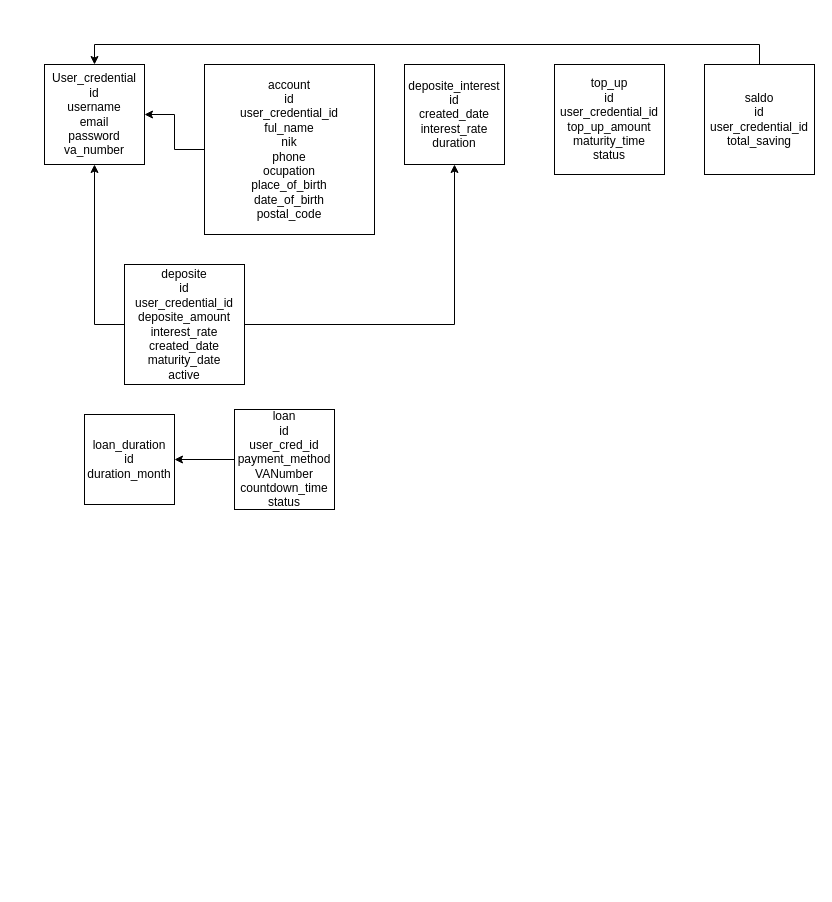
This is table.drawio from MasEBTa/drawio, a draw.io file, before an edit. Source tidied: cells renumbered, new cells numbered last; positions are measured from the earlier drawing's top-left corner, leaving out a move shared by most shapes. Both pictures are drawn from the tidied source at 100%, with x=0, y=0 at pixel (44, 64).
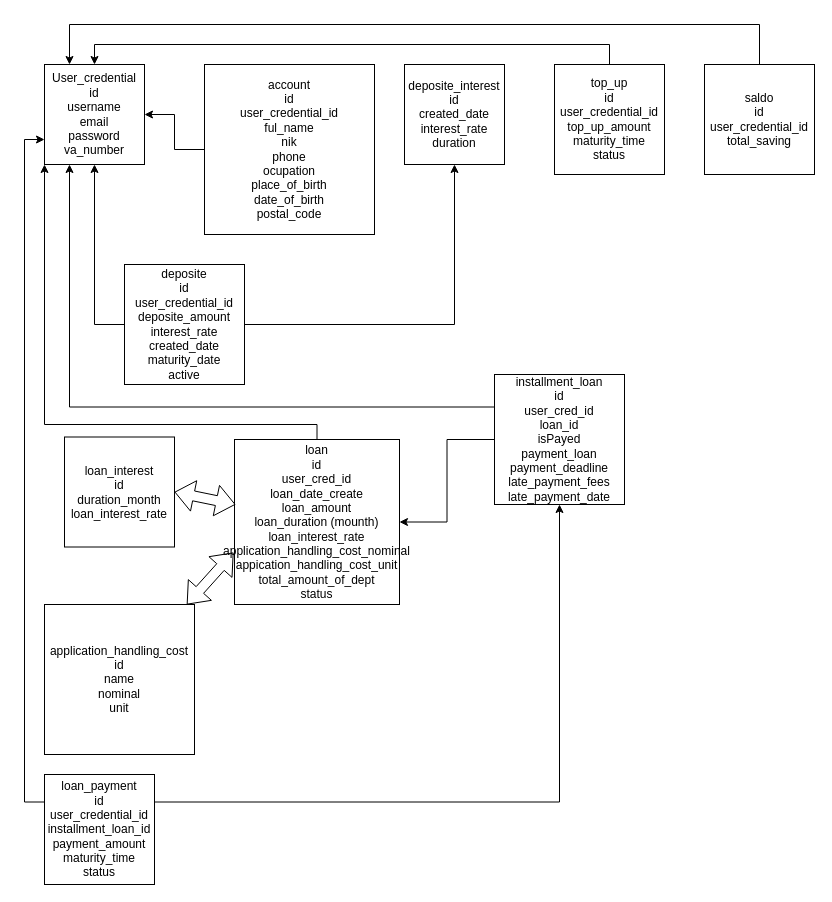
The same page after the edit.

The change refers to these unchanged cells:
```xml
<mxCell id="2" value="User_credential&lt;br&gt;id&lt;br&gt;username&lt;br&gt;email&lt;br&gt;password&lt;br&gt;va_number" style="whiteSpace=wrap;html=1;" parent="1" vertex="1">
  <mxGeometry width="100" height="100" as="geometry" />
</mxCell>
<mxCell id="9" value="top_up&lt;br&gt;id&lt;br&gt;user_credential_id&lt;br&gt;top_up_amount&lt;br&gt;maturity_time&lt;br&gt;status" style="whiteSpace=wrap;html=1;" parent="1" vertex="1">
  <mxGeometry x="510" width="110" height="110" as="geometry" />
</mxCell>
<mxCell id="11" value="saldo&lt;br&gt;id&lt;br&gt;user_credential_id&lt;br&gt;total_saving" style="whiteSpace=wrap;html=1;" parent="1" vertex="1">
  <mxGeometry x="660" width="110" height="110" as="geometry" />
</mxCell>
```

Diff of the diagram source:
```diff
@@
+    <mxCell id="15" style="edgeStyle=orthogonalEdgeStyle;rounded=0;jettySize=auto;html=1;exitX=0.5;exitY=0;exitDx=0;exitDy=0;entryX=0.5;entryY=0;entryDx=0;entryDy=0;" parent="1" edge="1" source="9" target="2">
+      <mxGeometry relative="1" as="geometry" />
+    </mxCell>
@@
-    <mxCell id="10" style="edgeStyle=orthogonalEdgeStyle;rounded=0;jettySize=auto;html=1;exitX=0.5;exitY=0;exitDx=0;exitDy=0;entryX=0.5;entryY=0;entryDx=0;entryDy=0;" parent="1" edge="1" source="11" target="2">
-      <mxGeometry relative="1" as="geometry" />
+    <mxCell id="10" style="edgeStyle=orthogonalEdgeStyle;rounded=0;jettySize=auto;html=1;exitX=0.5;exitY=0;exitDx=0;exitDy=0;entryX=0.25;entryY=0;entryDx=0;entryDy=0;" parent="1" edge="1" source="11" target="2">
+      <mxGeometry relative="1" as="geometry">
+        <Array as="points">
+          <mxPoint x="715" y="-40" />
+          <mxPoint x="25" y="-40" />
+        </Array>
+      </mxGeometry>
     </mxCell>
@@
-    <mxCell id="12" value="loan_duration&lt;br&gt;id&lt;br&gt;duration_month" style="whiteSpace=wrap;html=1;" parent="1" vertex="1">
-      <mxGeometry x="40" y="350" width="90" height="90" as="geometry" />
+    <mxCell id="12" value="loan_interest&lt;br&gt;id&lt;br&gt;duration_month&lt;br&gt;loan_interest_rate" style="whiteSpace=wrap;html=1;" parent="1" vertex="1">
+      <mxGeometry x="20" y="372.5" width="110" height="110" as="geometry" />
     </mxCell>
-    <mxCell id="13" style="edgeStyle=orthogonalEdgeStyle;rounded=0;jettySize=auto;html=1;" parent="1" edge="1" source="14" target="12">
-      <mxGeometry relative="1" as="geometry" />
-    </mxCell>
+    <mxCell id="16" style="edgeStyle=orthogonalEdgeStyle;rounded=0;jettySize=auto;html=1;exitX=0.5;exitY=0;exitDx=0;exitDy=0;entryX=0;entryY=1;entryDx=0;entryDy=0;" parent="1" edge="1" source="14" target="2">
+      <mxGeometry relative="1" as="geometry">
+        <Array as="points">
+          <mxPoint x="273" y="360" />
+          <mxPoint y="360" />
+        </Array>
+      </mxGeometry>
+    </mxCell>
-    <mxCell id="14" value="loan&lt;br&gt;id&lt;br&gt;user_cred_id&lt;br&gt;payment_method&lt;br&gt;VANumber&lt;br&gt;countdown_time&lt;br&gt;status" style="whiteSpace=wrap;html=1;" parent="1" vertex="1">
-      <mxGeometry x="190" y="345" width="100" height="100" as="geometry" />
+    <mxCell id="14" value="loan&lt;br&gt;id&lt;br&gt;user_cred_id&lt;br&gt;loan_date_create&lt;br&gt;loan_amount&lt;br&gt;loan_duration (mounth)&lt;br&gt;loan_interest_rate&lt;br&gt;application_handling_cost_nominal&lt;br&gt;appication_handling_cost_unit&lt;br&gt;total_amount_of_dept&lt;br&gt;status" style="whiteSpace=wrap;html=1;" parent="1" vertex="1">
+      <mxGeometry x="190" y="375" width="165" height="165" as="geometry" />
     </mxCell>
+    <mxCell id="17" style="edgeStyle=orthogonalEdgeStyle;rounded=0;jettySize=auto;html=1;exitX=0;exitY=0.5;exitDx=0;exitDy=0;entryX=1;entryY=0.5;entryDx=0;entryDy=0;" parent="1" edge="1" source="19" target="14">
+      <mxGeometry relative="1" as="geometry" />
+    </mxCell>
+    <mxCell id="18" style="edgeStyle=orthogonalEdgeStyle;rounded=0;jettySize=auto;html=1;exitX=0;exitY=0.25;exitDx=0;exitDy=0;entryX=0.25;entryY=1;entryDx=0;entryDy=0;" parent="1" edge="1" source="19" target="2">
+      <mxGeometry relative="1" as="geometry" />
+    </mxCell>
+    <mxCell id="19" value="installment_loan&lt;br&gt;id&lt;br&gt;user_cred_id&lt;br&gt;loan_id&lt;br&gt;isPayed&lt;br&gt;payment_loan&lt;br&gt;payment_deadline&lt;br&gt;late_payment_fees&lt;br&gt;late_payment_date" style="whiteSpace=wrap;html=1;" parent="1" vertex="1">
+      <mxGeometry x="450" y="310" width="130" height="130" as="geometry" />
+    </mxCell>
+    <mxCell id="20" value="application_handling_cost&lt;br&gt;id&lt;br&gt;name&lt;br&gt;nominal&lt;br&gt;unit" style="whiteSpace=wrap;html=1;" parent="1" vertex="1">
+      <mxGeometry y="540" width="150" height="150" as="geometry" />
+    </mxCell>
+    <mxCell id="21" style="shape=flexArrow;endArrow=classic;startArrow=classic;html=1;rounded=0;exitX=1;exitY=0.5;exitDx=0;exitDy=0;entryX=0.006;entryY=0.394;entryDx=0;entryDy=0;entryPerimeter=0;" parent="1" edge="1" source="12" target="14">
+      <mxGeometry relative="1" as="geometry" />
+    </mxCell>
+    <mxCell id="22" style="shape=flexArrow;endArrow=classic;startArrow=classic;html=1;rounded=0;entryX=-0.006;entryY=0.685;entryDx=0;entryDy=0;entryPerimeter=0;" parent="1" edge="1" source="20" target="14">
+      <mxGeometry relative="1" as="geometry" />
+    </mxCell>
+    <mxCell id="23" style="edgeStyle=orthogonalEdgeStyle;rounded=0;jettySize=auto;html=1;exitX=0;exitY=0.25;exitDx=0;exitDy=0;entryX=0;entryY=0.75;entryDx=0;entryDy=0;" parent="1" edge="1" source="25" target="2">
+      <mxGeometry relative="1" as="geometry" />
+    </mxCell>
+    <mxCell id="24" style="edgeStyle=orthogonalEdgeStyle;rounded=0;jettySize=auto;html=1;exitX=1;exitY=0.25;exitDx=0;exitDy=0;" parent="1" edge="1" source="25" target="19">
+      <mxGeometry relative="1" as="geometry" />
+    </mxCell>
+    <mxCell id="25" value="loan_payment&lt;br&gt;id&lt;br&gt;user_credential_id&lt;br&gt;installment_loan_id&lt;br&gt;payment_amount&lt;br&gt;maturity_time&lt;br&gt;status" style="whiteSpace=wrap;html=1;" parent="1" vertex="1">
+      <mxGeometry y="710" width="110" height="110" as="geometry" />
+    </mxCell>
```
